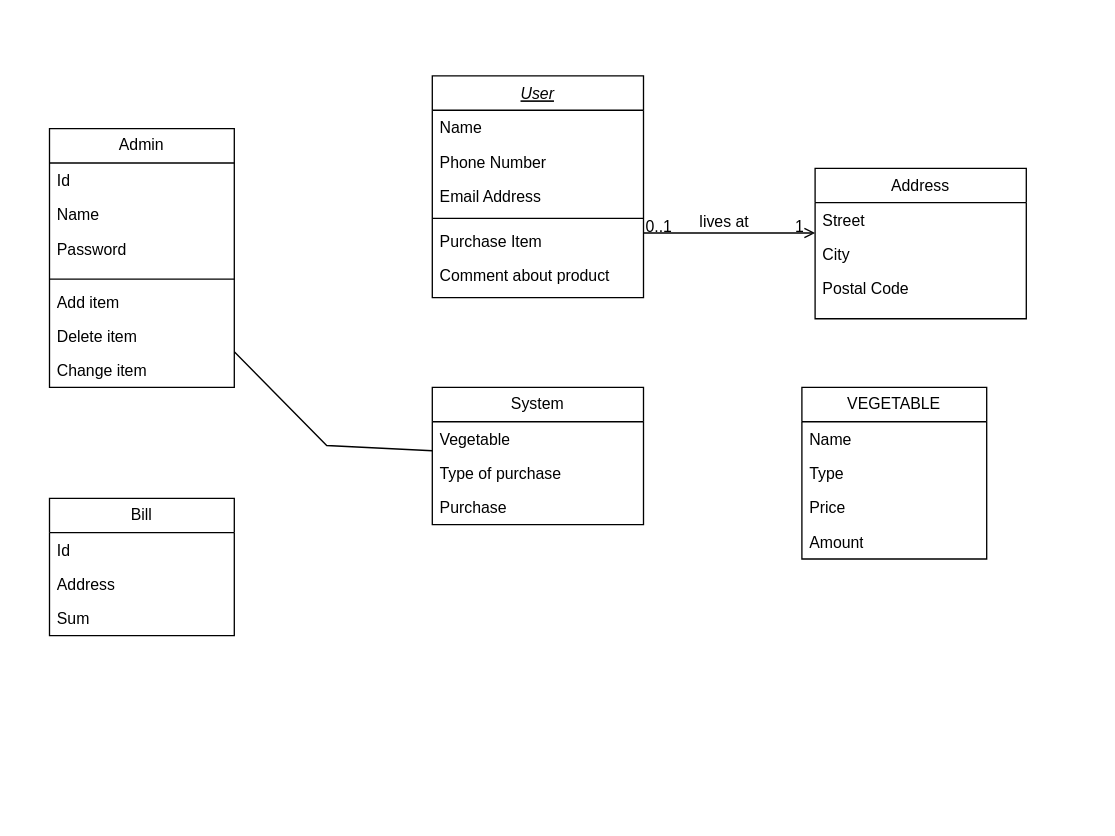
This is Biểu đồ không có tiêu đề.drawio from LeeTaDa/LeTatDat, a draw.io file, before an edit. Source tidied: cells renumbered, new cells numbered last; positions are measured from the earlier drawing's top-left corner, leaving out a move shared by most shapes. Both pictures are drawn from the tidied source at 132%, with x=0, y=0 at pixel (49, 75).
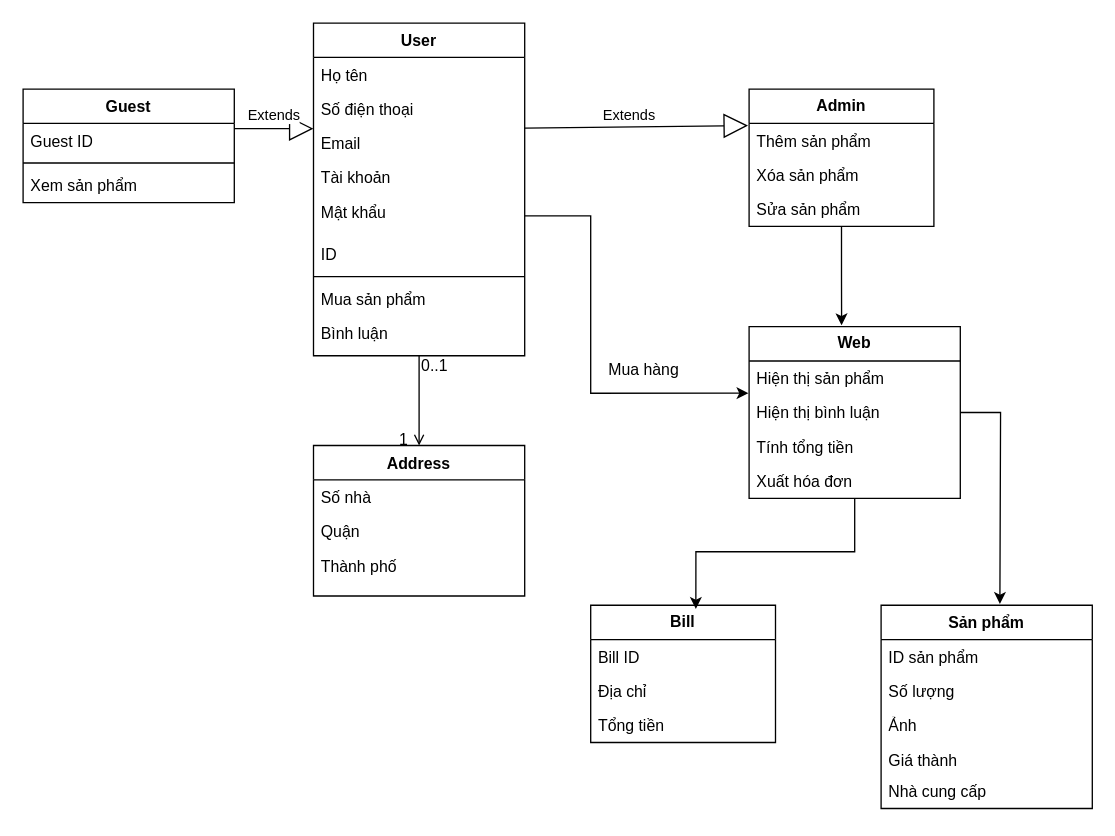
Above is the later version.

Unchanged cells that the change refers to:
```xml
<mxCell id="13" style="endArrow=open;shadow=0;strokeWidth=1;rounded=0;curved=0;endFill=1;edgeStyle=elbowEdgeStyle;elbow=vertical;" parent="1" edge="1" source="2" target="9">
  <mxGeometry x="0.5" y="41" relative="1" as="geometry">
    <mxPoint x="-40" y="32" as="offset" />
  </mxGeometry>
</mxCell>
```

Diff of the diagram source:
```diff
@@
-    <mxCell id="2" value="User&#10;" style="swimlane;fontStyle=6;align=center;verticalAlign=top;horizontal=1;startSize=26;rounded=0;shadow=0;strokeWidth=1;" parent="1" vertex="1">
-      <mxGeometry x="290" width="160" height="168" as="geometry" />
+    <mxCell id="2" value="User&#10;" style="swimlane;fontStyle=1;align=center;verticalAlign=top;horizontal=1;startSize=26;rounded=0;shadow=0;strokeWidth=1;" parent="1" vertex="1">
+      <mxGeometry x="200" y="-40" width="160" height="252" as="geometry" />
     </mxCell>
-    <mxCell id="3" value="Name" style="text;align=left;verticalAlign=top;spacingLeft=4;spacingRight=4;overflow=hidden;" parent="2" vertex="1">
+    <mxCell id="3" value="Họ tên" style="text;align=left;verticalAlign=top;spacingLeft=4;spacingRight=4;overflow=hidden;" parent="2" vertex="1">
       <mxGeometry y="26" width="160" height="26" as="geometry" />
     </mxCell>
-    <mxCell id="4" value="Phone Number" style="text;align=left;verticalAlign=top;spacingLeft=4;spacingRight=4;overflow=hidden;rounded=0;shadow=0;html=0;" parent="2" vertex="1">
+    <mxCell id="4" value="Số điện thoại" style="text;align=left;verticalAlign=top;spacingLeft=4;spacingRight=4;overflow=hidden;rounded=0;shadow=0;html=0;" parent="2" vertex="1">
       <mxGeometry y="52" width="160" height="26" as="geometry" />
     </mxCell>
-    <mxCell id="5" value="Email Address" style="text;align=left;verticalAlign=top;spacingLeft=4;spacingRight=4;overflow=hidden;points=[[0,0.5],[1,0.5]];portConstraint=eastwest;rounded=0;shadow=0;html=0;" parent="2" vertex="1">
+    <mxCell id="5" value="Email" style="text;align=left;verticalAlign=top;spacingLeft=4;spacingRight=4;overflow=hidden;points=[[0,0.5],[1,0.5]];portConstraint=eastwest;rounded=0;shadow=0;html=0;" parent="2" vertex="1">
       <mxGeometry y="78" width="160" height="26" as="geometry" />
     </mxCell>
+    <mxCell id="39" value="Tài khoản" style="text;strokeColor=none;fillColor=none;align=left;verticalAlign=top;spacingLeft=4;spacingRight=4;overflow=hidden;whiteSpace=wrap;html=1;" parent="2" vertex="1">
+      <mxGeometry y="104" width="160" height="26" as="geometry" />
+    </mxCell>
+    <mxCell id="40" value="Mật khẩu" style="text;strokeColor=none;fillColor=none;align=left;verticalAlign=top;spacingLeft=4;spacingRight=4;overflow=hidden;points=[[0,0.5],[1,0.5]];portConstraint=eastwest;whiteSpace=wrap;html=1;" parent="2" vertex="1">
+      <mxGeometry y="130" width="160" height="32" as="geometry" />
+    </mxCell>
+    <mxCell id="41" value="ID" style="text;strokeColor=none;fillColor=none;align=left;verticalAlign=top;spacingLeft=4;spacingRight=4;overflow=hidden;whiteSpace=wrap;html=1;" parent="2" vertex="1">
+      <mxGeometry y="162" width="160" height="26" as="geometry" />
+    </mxCell>
     <mxCell id="6" style="line;html=1;strokeWidth=1;align=left;verticalAlign=middle;spacingTop=-1;spacingLeft=3;spacingRight=3;labelPosition=right;" parent="2" vertex="1">
-      <mxGeometry y="104" width="160" height="8" as="geometry" />
+      <mxGeometry y="188" width="160" height="8" as="geometry" />
     </mxCell>
-    <mxCell id="7" value="Purchase Item" style="text;align=left;verticalAlign=top;spacingLeft=4;spacingRight=4;overflow=hidden;" parent="2" vertex="1">
-      <mxGeometry y="112" width="160" height="26" as="geometry" />
+    <mxCell id="7" value="Mua sản phẩm" style="text;align=left;verticalAlign=top;spacingLeft=4;spacingRight=4;overflow=hidden;" parent="2" vertex="1">
+      <mxGeometry y="196" width="160" height="26" as="geometry" />
     </mxCell>
-    <mxCell id="8" value="Comment about product" style="text;strokeColor=none;fillColor=none;align=left;verticalAlign=top;spacingLeft=4;spacingRight=4;overflow=hidden;whiteSpace=wrap;html=1;" parent="2" vertex="1">
-      <mxGeometry y="138" width="160" height="30" as="geometry" />
+    <mxCell id="8" value="Bình luận" style="text;strokeColor=none;fillColor=none;align=left;verticalAlign=top;spacingLeft=4;spacingRight=4;overflow=hidden;whiteSpace=wrap;html=1;" parent="2" vertex="1">
+      <mxGeometry y="222" width="160" height="30" as="geometry" />
     </mxCell>
-    <mxCell id="9" value="Address" style="swimlane;fontStyle=0;align=center;verticalAlign=top;horizontal=1;startSize=26;rounded=0;shadow=0;strokeWidth=1;" parent="1" vertex="1">
-      <mxGeometry x="580" y="70" width="160" height="114" as="geometry" />
+    <mxCell id="9" value="Address" style="swimlane;fontStyle=1;align=center;verticalAlign=top;horizontal=1;startSize=26;rounded=0;shadow=0;strokeWidth=1;" parent="1" vertex="1">
+      <mxGeometry x="200" y="280" width="160" height="114" as="geometry" />
     </mxCell>
-    <mxCell id="10" value="Street" style="text;align=left;verticalAlign=top;spacingLeft=4;spacingRight=4;overflow=hidden;" parent="9" vertex="1">
+    <mxCell id="10" value="Số nhà" style="text;align=left;verticalAlign=top;spacingLeft=4;spacingRight=4;overflow=hidden;" parent="9" vertex="1">
       <mxGeometry y="26" width="160" height="26" as="geometry" />
     </mxCell>
+    <mxCell id="12" value="Quận" style="text;align=left;verticalAlign=top;spacingLeft=4;spacingRight=4;overflow=hidden;rounded=0;shadow=0;html=0;" parent="9" vertex="1">
+      <mxGeometry y="52" width="160" height="26" as="geometry" />
+    </mxCell>
-    <mxCell id="11" value="City" style="text;align=left;verticalAlign=top;spacingLeft=4;spacingRight=4;overflow=hidden;rounded=0;shadow=0;html=0;" parent="9" vertex="1">
-      <mxGeometry y="52" width="160" height="26" as="geometry" />
+    <mxCell id="11" value="Thành phố" style="text;align=left;verticalAlign=top;spacingLeft=4;spacingRight=4;overflow=hidden;rounded=0;shadow=0;html=0;" parent="9" vertex="1">
+      <mxGeometry y="78" width="160" height="26" as="geometry" />
     </mxCell>
-    <mxCell id="12" value="Postal Code" style="text;align=left;verticalAlign=top;spacingLeft=4;spacingRight=4;overflow=hidden;rounded=0;shadow=0;html=0;" parent="9" vertex="1">
-      <mxGeometry y="78" width="160" height="26" as="geometry" />
-    </mxCell>
@@
     <mxCell id="14" value="0..1" style="align=left;verticalAlign=bottom;labelBackgroundColor=none;fontSize=12;" parent="13" vertex="1">
       <mxGeometry x="-1" relative="1" as="geometry">
-        <mxPoint y="4" as="offset" />
+        <mxPoint y="16" as="offset" />
       </mxGeometry>
     </mxCell>
@@
-    <mxCell id="16" value="lives at" style="text;html=1;align=center;verticalAlign=middle;labelBackgroundColor=none;rounded=0;shadow=0;strokeWidth=1;fontSize=12;" parent="13" vertex="1">
-      <mxGeometry x="0.5" y="49" relative="1" as="geometry">
-        <mxPoint x="-38" y="40" as="offset" />
-      </mxGeometry>
-    </mxCell>
+    <mxCell id="42" style="edgeStyle=orthogonalEdgeStyle;rounded=0;jettySize=auto;html=1;" parent="1" edge="1" source="17">
+      <mxGeometry relative="1" as="geometry">
+        <mxPoint x="720" y="400" as="targetPoint" />
+      </mxGeometry>
+    </mxCell>
-    <mxCell id="17" value="System" style="swimlane;fontStyle=0;horizontal=1;startSize=26;fillColor=none;whiteSpace=wrap;html=1;" parent="1" vertex="1">
-      <mxGeometry x="290" y="236" width="160" height="104" as="geometry" />
+    <mxCell id="17" value="Web" style="swimlane;fontStyle=1;horizontal=1;startSize=26;fillColor=none;whiteSpace=wrap;html=1;" parent="1" vertex="1">
+      <mxGeometry x="530" y="190" width="160" height="130" as="geometry" />
     </mxCell>
+    <mxCell id="43" value="Hiện thị sản phẩm" style="text;strokeColor=none;fillColor=none;align=left;verticalAlign=top;spacingLeft=4;spacingRight=4;overflow=hidden;points=[[0,0.5],[1,0.5]];portConstraint=eastwest;whiteSpace=wrap;html=1;" parent="17" vertex="1">
+      <mxGeometry y="26" width="160" height="26" as="geometry" />
+    </mxCell>
+    <mxCell id="44" value="Hiện thị bình luận" style="text;strokeColor=none;fillColor=none;align=left;verticalAlign=top;spacingLeft=4;spacingRight=4;overflow=hidden;whiteSpace=wrap;html=1;" parent="17" vertex="1">
+      <mxGeometry y="52" width="160" height="26" as="geometry" />
+    </mxCell>
+    <mxCell id="20" value="Tính tổng tiền" style="text;strokeColor=none;fillColor=none;align=left;verticalAlign=top;spacingLeft=4;spacingRight=4;overflow=hidden;whiteSpace=wrap;html=1;" parent="17" vertex="1">
+      <mxGeometry y="78" width="160" height="26" as="geometry" />
+    </mxCell>
-    <mxCell id="18" value="Vegetable" style="text;strokeColor=none;fillColor=none;align=left;verticalAlign=top;spacingLeft=4;spacingRight=4;overflow=hidden;whiteSpace=wrap;html=1;" parent="17" vertex="1">
-      <mxGeometry y="26" width="160" height="26" as="geometry" />
+    <mxCell id="18" value="Xuất hóa đơn" style="text;strokeColor=none;fillColor=none;align=left;verticalAlign=top;spacingLeft=4;spacingRight=4;overflow=hidden;whiteSpace=wrap;html=1;" parent="17" vertex="1">
+      <mxGeometry y="104" width="160" height="26" as="geometry" />
     </mxCell>
-    <mxCell id="19" value="Type of purchase" style="text;strokeColor=none;fillColor=none;align=left;verticalAlign=top;spacingLeft=4;spacingRight=4;overflow=hidden;whiteSpace=wrap;html=1;" parent="17" vertex="1">
-      <mxGeometry y="52" width="160" height="26" as="geometry" />
-    </mxCell>
-    <mxCell id="20" value="Purchase" style="text;strokeColor=none;fillColor=none;align=left;verticalAlign=top;spacingLeft=4;spacingRight=4;overflow=hidden;whiteSpace=wrap;html=1;" parent="17" vertex="1">
-      <mxGeometry y="78" width="160" height="26" as="geometry" />
-    </mxCell>
-    <mxCell id="21" value="VEGETABLE" style="swimlane;fontStyle=0;horizontal=1;startSize=26;fillColor=none;whiteSpace=wrap;html=1;" parent="1" vertex="1">
-      <mxGeometry x="570" y="236" width="140" height="130" as="geometry" />
-    </mxCell>
-    <mxCell id="22" value="Name&lt;span style=&quot;white-space: pre;&quot;&gt;&#9;&lt;/span&gt;" style="text;strokeColor=none;fillColor=none;align=left;verticalAlign=top;spacingLeft=4;spacingRight=4;overflow=hidden;whiteSpace=wrap;html=1;" parent="21" vertex="1">
-      <mxGeometry y="26" width="140" height="26" as="geometry" />
-    </mxCell>
-    <mxCell id="23" value="Type&lt;div&gt;&lt;br&gt;&lt;/div&gt;" style="text;strokeColor=none;fillColor=none;align=left;verticalAlign=top;spacingLeft=4;spacingRight=4;overflow=hidden;whiteSpace=wrap;html=1;" parent="21" vertex="1">
-      <mxGeometry y="52" width="140" height="26" as="geometry" />
-    </mxCell>
-    <mxCell id="24" value="Price&lt;div&gt;&lt;br&gt;&lt;/div&gt;" style="text;strokeColor=none;fillColor=none;align=left;verticalAlign=top;spacingLeft=4;spacingRight=4;overflow=hidden;whiteSpace=wrap;html=1;" parent="21" vertex="1">
-      <mxGeometry y="78" width="140" height="26" as="geometry" />
-    </mxCell>
-    <mxCell id="25" value="Amount&lt;div&gt;&lt;br&gt;&lt;/div&gt;" style="text;strokeColor=none;fillColor=none;align=left;verticalAlign=top;spacingLeft=4;spacingRight=4;overflow=hidden;whiteSpace=wrap;html=1;" parent="21" vertex="1">
-      <mxGeometry y="104" width="140" height="26" as="geometry" />
-    </mxCell>
-    <mxCell id="26" value="Admin" style="swimlane;fontStyle=0;horizontal=1;startSize=26;fillColor=none;whiteSpace=wrap;html=1;" parent="1" vertex="1">
-      <mxGeometry y="40" width="140" height="196" as="geometry" />
+    <mxCell id="26" value="&lt;b&gt;Admin&lt;/b&gt;" style="swimlane;fontStyle=0;horizontal=1;startSize=26;fillColor=none;whiteSpace=wrap;html=1;" parent="1" vertex="1">
+      <mxGeometry x="530" y="10" width="140" height="104" as="geometry" />
     </mxCell>
-    <mxCell id="27" value="Id&lt;span style=&quot;white-space: pre;&quot;&gt;&#9;&lt;/span&gt;" style="text;strokeColor=none;fillColor=none;align=left;verticalAlign=top;spacingLeft=4;spacingRight=4;overflow=hidden;whiteSpace=wrap;html=1;" parent="26" vertex="1">
-      <mxGeometry y="26" width="140" height="26" as="geometry" />
-    </mxCell>
-    <mxCell id="28" value="Name&lt;span style=&quot;white-space: pre;&quot;&gt;&#9;&lt;/span&gt;" style="text;strokeColor=none;fillColor=none;align=left;verticalAlign=top;spacingLeft=4;spacingRight=4;overflow=hidden;whiteSpace=wrap;html=1;" parent="26" vertex="1">
-      <mxGeometry y="52" width="140" height="26" as="geometry" />
-    </mxCell>
-    <mxCell id="29" value="Password" style="text;strokeColor=none;fillColor=none;align=left;verticalAlign=top;spacingLeft=4;spacingRight=4;overflow=hidden;whiteSpace=wrap;html=1;" parent="26" vertex="1">
-      <mxGeometry y="78" width="140" height="32" as="geometry" />
-    </mxCell>
-    <mxCell id="30" style="line;strokeWidth=1;fillColor=none;align=left;verticalAlign=middle;spacingTop=-1;spacingLeft=3;spacingRight=3;labelPosition=right;strokeColor=inherit;" parent="26" vertex="1">
-      <mxGeometry y="110" width="140" height="8" as="geometry" />
-    </mxCell>
-    <mxCell id="31" value="Add item" style="text;strokeColor=none;fillColor=none;align=left;verticalAlign=top;spacingLeft=4;spacingRight=4;overflow=hidden;points=[[0,0.5],[1,0.5]];portConstraint=eastwest;whiteSpace=wrap;html=1;" parent="26" vertex="1">
-      <mxGeometry y="118" width="140" height="26" as="geometry" />
+    <mxCell id="31" value="Thêm sản phẩm&lt;span style=&quot;white-space: pre;&quot;&gt;&#9;&lt;/span&gt;" style="text;strokeColor=none;fillColor=none;align=left;verticalAlign=top;spacingLeft=4;spacingRight=4;overflow=hidden;points=[[0,0.5],[1,0.5]];portConstraint=eastwest;whiteSpace=wrap;html=1;" parent="26" vertex="1">
+      <mxGeometry y="26" width="140" height="26" as="geometry" />
     </mxCell>
-    <mxCell id="32" value="Delete item" style="text;strokeColor=none;fillColor=none;align=left;verticalAlign=top;spacingLeft=4;spacingRight=4;overflow=hidden;whiteSpace=wrap;html=1;" parent="26" vertex="1">
-      <mxGeometry y="144" width="140" height="26" as="geometry" />
+    <mxCell id="32" value="Xóa sản phẩm" style="text;strokeColor=none;fillColor=none;align=left;verticalAlign=top;spacingLeft=4;spacingRight=4;overflow=hidden;whiteSpace=wrap;html=1;" parent="26" vertex="1">
+      <mxGeometry y="52" width="140" height="26" as="geometry" />
     </mxCell>
-    <mxCell id="33" value="Change item" style="text;strokeColor=none;fillColor=none;align=left;verticalAlign=top;spacingLeft=4;spacingRight=4;overflow=hidden;whiteSpace=wrap;html=1;" parent="26" vertex="1">
-      <mxGeometry y="170" width="140" height="26" as="geometry" />
+    <mxCell id="33" value="Sửa sản phẩm" style="text;strokeColor=none;fillColor=none;align=left;verticalAlign=top;spacingLeft=4;spacingRight=4;overflow=hidden;whiteSpace=wrap;html=1;" parent="26" vertex="1">
+      <mxGeometry y="78" width="140" height="26" as="geometry" />
     </mxCell>
-    <mxCell id="34" value="Bill" style="swimlane;fontStyle=0;horizontal=1;startSize=26;fillColor=none;whiteSpace=wrap;html=1;" parent="1" vertex="1">
-      <mxGeometry y="320" width="140" height="104" as="geometry" />
+    <mxCell id="34" value="Bill" style="swimlane;fontStyle=1;horizontal=1;startSize=26;fillColor=none;whiteSpace=wrap;html=1;" parent="1" vertex="1">
+      <mxGeometry x="410" y="401" width="140" height="104" as="geometry" />
     </mxCell>
-    <mxCell id="35" value="Id" style="text;strokeColor=none;fillColor=none;align=left;verticalAlign=top;spacingLeft=4;spacingRight=4;overflow=hidden;whiteSpace=wrap;html=1;" parent="34" vertex="1">
+    <mxCell id="35" value="Bill ID&lt;span style=&quot;white-space: pre;&quot;&gt;&#9;&lt;/span&gt;" style="text;strokeColor=none;fillColor=none;align=left;verticalAlign=top;spacingLeft=4;spacingRight=4;overflow=hidden;whiteSpace=wrap;html=1;" parent="34" vertex="1">
       <mxGeometry y="26" width="140" height="26" as="geometry" />
     </mxCell>
-    <mxCell id="36" value="Address" style="text;strokeColor=none;fillColor=none;align=left;verticalAlign=top;spacingLeft=4;spacingRight=4;overflow=hidden;whiteSpace=wrap;html=1;" parent="34" vertex="1">
+    <mxCell id="36" value="Địa chỉ" style="text;strokeColor=none;fillColor=none;align=left;verticalAlign=top;spacingLeft=4;spacingRight=4;overflow=hidden;whiteSpace=wrap;html=1;" parent="34" vertex="1">
       <mxGeometry y="52" width="140" height="26" as="geometry" />
     </mxCell>
-    <mxCell id="37" value="Sum&lt;div&gt;&lt;br&gt;&lt;/div&gt;" style="text;strokeColor=none;fillColor=none;align=left;verticalAlign=top;spacingLeft=4;spacingRight=4;overflow=hidden;whiteSpace=wrap;html=1;" parent="34" vertex="1">
+    <mxCell id="37" value="Tổng tiền" style="text;strokeColor=none;fillColor=none;align=left;verticalAlign=top;spacingLeft=4;spacingRight=4;overflow=hidden;whiteSpace=wrap;html=1;" parent="34" vertex="1">
       <mxGeometry y="78" width="140" height="26" as="geometry" />
     </mxCell>
+    <mxCell id="45" value="Extends" style="endArrow=block;endSize=16;endFill=0;html=1;rounded=0;exitX=1;exitY=0.062;exitDx=0;exitDy=0;entryX=-0.006;entryY=0.062;entryDx=0;entryDy=0;entryPerimeter=0;exitPerimeter=0;" parent="1" edge="1" source="5" target="31">
+      <mxGeometry x="-0.07" y="9" relative="1" as="geometry" />
+    </mxCell>
+    <mxCell id="46" value="Guest" style="swimlane;fontStyle=1;align=center;verticalAlign=top;horizontal=1;startSize=26;whiteSpace=wrap;html=1;" parent="1" vertex="1">
+      <mxGeometry x="-20" y="10" width="160" height="86" as="geometry" />
+    </mxCell>
+    <mxCell id="47" value="Guest ID" style="text;strokeColor=none;fillColor=none;align=left;verticalAlign=top;spacingLeft=4;spacingRight=4;overflow=hidden;whiteSpace=wrap;html=1;" parent="46" vertex="1">
+      <mxGeometry y="26" width="160" height="26" as="geometry" />
+    </mxCell>
+    <mxCell id="48" style="line;strokeWidth=1;fillColor=none;align=left;verticalAlign=middle;spacingTop=-1;spacingLeft=3;spacingRight=3;labelPosition=right;strokeColor=inherit;" parent="46" vertex="1">
+      <mxGeometry y="52" width="160" height="8" as="geometry" />
+    </mxCell>
+    <mxCell id="49" value="Xem sản phẩm&lt;span style=&quot;white-space: pre;&quot;&gt;&#9;&lt;/span&gt;" style="text;strokeColor=none;fillColor=none;align=left;verticalAlign=top;spacingLeft=4;spacingRight=4;overflow=hidden;whiteSpace=wrap;html=1;" parent="46" vertex="1">
+      <mxGeometry y="60" width="160" height="26" as="geometry" />
+    </mxCell>
+    <mxCell id="50" value="Extends" style="endArrow=block;endSize=16;endFill=0;html=1;rounded=0;" parent="1" edge="1">
+      <mxGeometry y="10" relative="1" as="geometry">
+        <mxPoint x="140" y="40" as="sourcePoint" />
+        <mxPoint x="200" y="40" as="targetPoint" />
+      </mxGeometry>
+    </mxCell>
+    <mxCell id="51" style="edgeStyle=orthogonalEdgeStyle;rounded=0;jettySize=auto;html=1;entryX=-0.003;entryY=0.938;entryDx=0;entryDy=0;entryPerimeter=0;" parent="1" edge="1" source="40" target="43">
+      <mxGeometry relative="1" as="geometry">
+        <Array as="points">
+          <mxPoint x="410" y="106" />
+          <mxPoint x="410" y="240" />
+        </Array>
+      </mxGeometry>
+    </mxCell>
-    <mxCell id="38" style="endArrow=none;html=1;rounded=0;" parent="1" edge="1" source="26" target="17">
-      <mxGeometry relative="1" as="geometry">
-        <Array as="points">
-          <mxPoint x="210" y="280" />
-        </Array>
-      </mxGeometry>
+    <mxCell id="38" style="edgeStyle=orthogonalEdgeStyle;rounded=0;jettySize=auto;html=1;entryX=0.438;entryY=-0.008;entryDx=0;entryDy=0;entryPerimeter=0;" parent="1" edge="1" source="26" target="17">
+      <mxGeometry relative="1" as="geometry" />
     </mxCell>
+    <mxCell id="52" style="edgeStyle=orthogonalEdgeStyle;rounded=0;jettySize=auto;html=1;entryX=0.569;entryY=0.027;entryDx=0;entryDy=0;entryPerimeter=0;" parent="1" edge="1" source="17" target="34">
+      <mxGeometry relative="1" as="geometry" />
+    </mxCell>
+    <mxCell id="53" value="Mua hàng" style="text;html=1;align=center;verticalAlign=middle;strokeColor=none;fillColor=none;" parent="1" vertex="1">
+      <mxGeometry x="410" y="208" width="80" height="30" as="geometry" />
+    </mxCell>
+    <mxCell id="54" value="Sản phẩm" style="swimlane;fontStyle=1;align=center;verticalAlign=top;horizontal=1;startSize=26;whiteSpace=wrap;html=1;" parent="1" vertex="1">
+      <mxGeometry x="630" y="401" width="160" height="154" as="geometry" />
+    </mxCell>
+    <mxCell id="55" value="ID sản phẩm" style="text;strokeColor=none;fillColor=none;align=left;verticalAlign=top;spacingLeft=4;spacingRight=4;overflow=hidden;whiteSpace=wrap;html=1;" parent="54" vertex="1">
+      <mxGeometry y="26" width="160" height="26" as="geometry" />
+    </mxCell>
+    <mxCell id="56" value="Số lượng" style="text;strokeColor=none;fillColor=none;align=left;verticalAlign=top;spacingLeft=4;spacingRight=4;overflow=hidden;whiteSpace=wrap;html=1;" parent="54" vertex="1">
+      <mxGeometry y="52" width="160" height="26" as="geometry" />
+    </mxCell>
+    <mxCell id="57" value="Ảnh" style="text;strokeColor=none;fillColor=none;align=left;verticalAlign=top;spacingLeft=4;spacingRight=4;overflow=hidden;whiteSpace=wrap;html=1;" parent="54" vertex="1">
+      <mxGeometry y="78" width="160" height="26" as="geometry" />
+    </mxCell>
+    <mxCell id="58" value="Giá thành" style="text;strokeColor=none;fillColor=none;align=left;verticalAlign=top;spacingLeft=4;spacingRight=4;overflow=hidden;whiteSpace=wrap;html=1;" parent="54" vertex="1">
+      <mxGeometry y="104" width="160" height="24" as="geometry" />
+    </mxCell>
+    <mxCell id="59" value="Nhà cung cấp" style="text;strokeColor=none;fillColor=none;align=left;verticalAlign=top;spacingLeft=4;spacingRight=4;overflow=hidden;whiteSpace=wrap;html=1;" parent="54" vertex="1">
+      <mxGeometry y="128" width="160" height="26" as="geometry" />
+    </mxCell>
```
